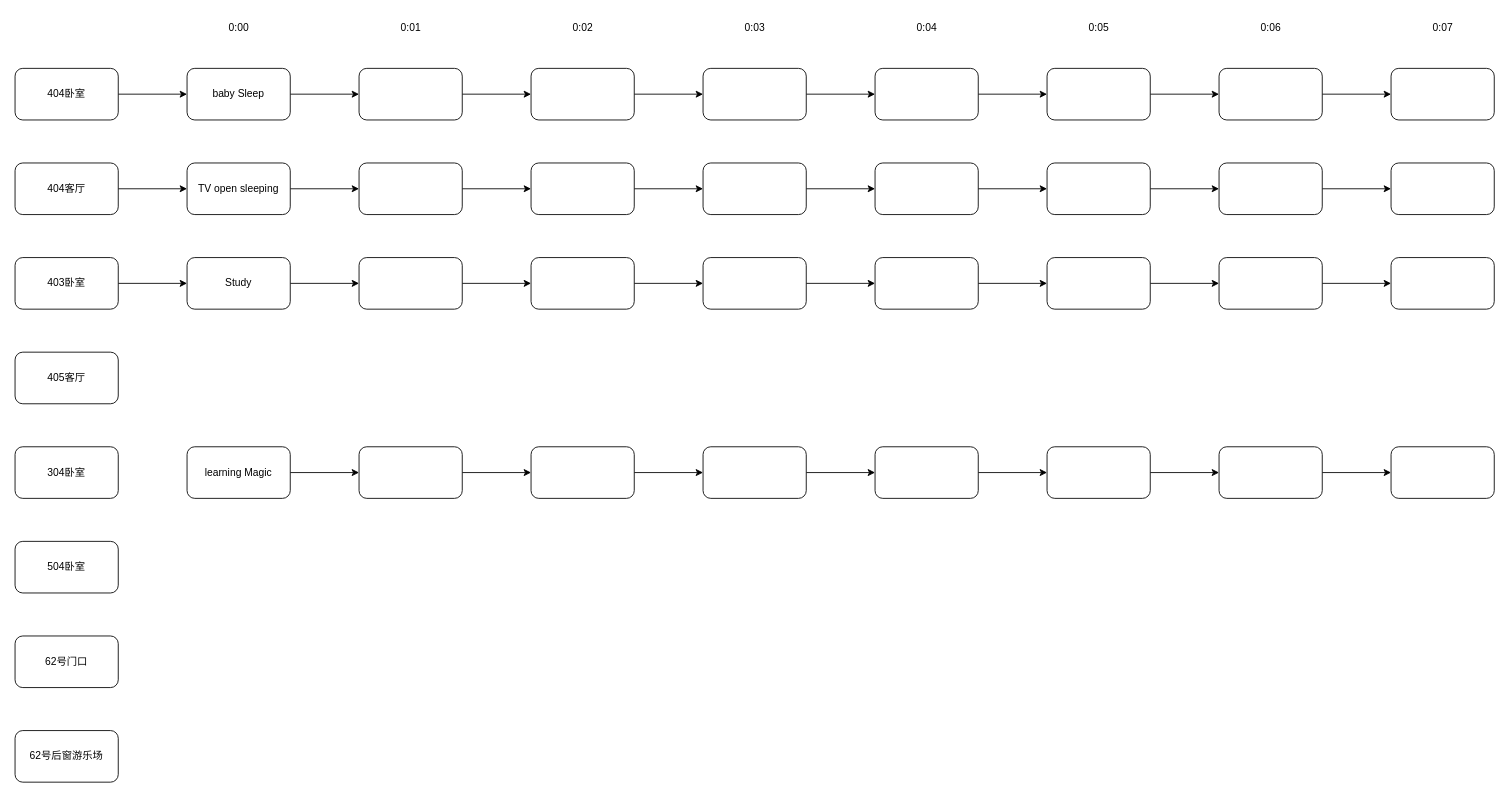
This is drawio/BabyWorkFlow.drawio from guyuyw/casablancan, a draw.io file, before an edit. Source tidied: cells renumbered, new cells numbered last; positions are measured from the earlier drawing's top-left corner, leaving out a move shared by most shapes. Both pictures are drawn from the tidied source at 86%, with x=0, y=0 at pixel (15, 15).
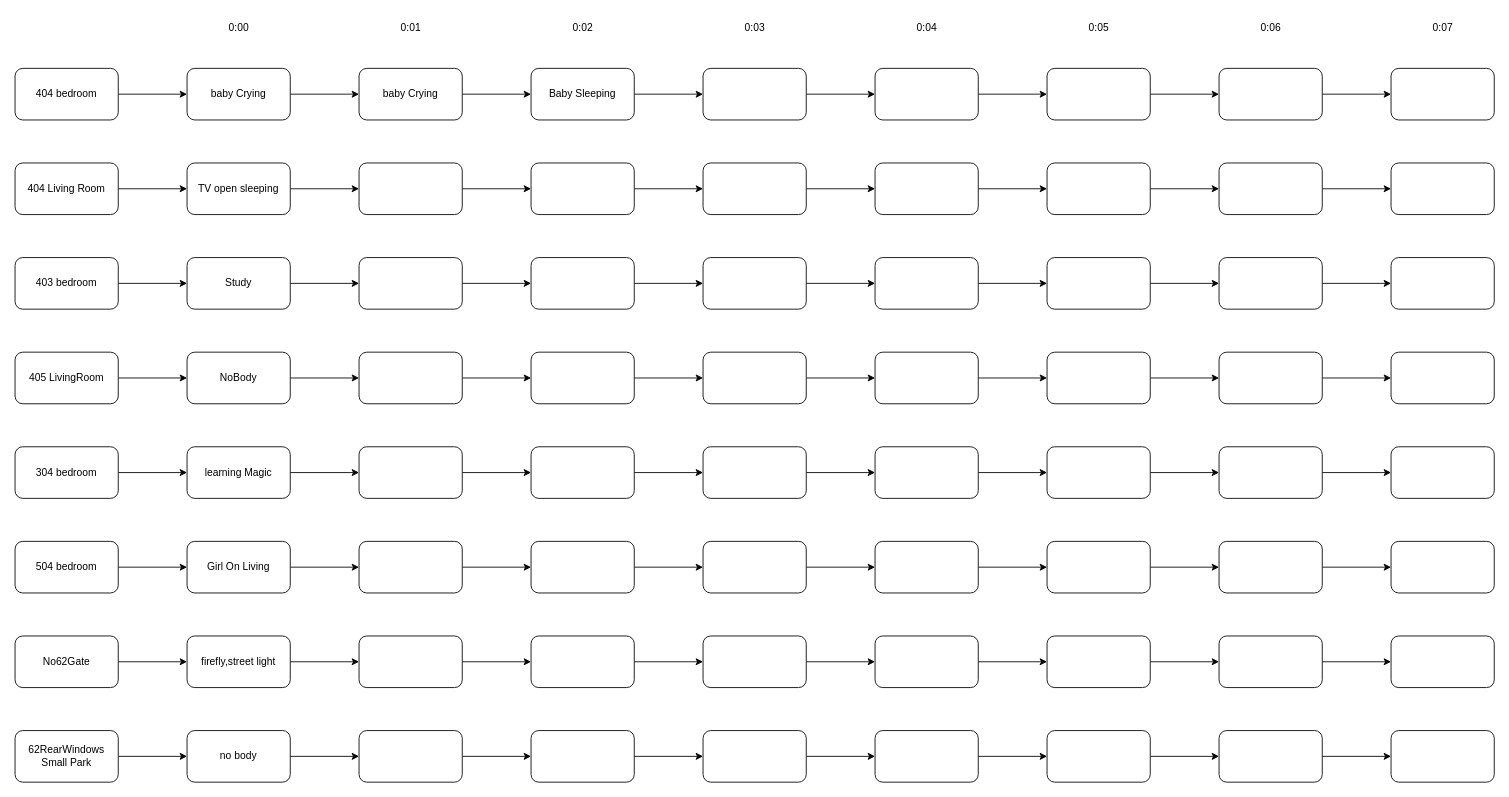
Above is the later version.

Unchanged cells that the change refers to:
```xml
<mxCell id="67" value="learning Magic" style="whiteSpace=wrap;html=1;rounded=1;" parent="1" vertex="1">
  <mxGeometry x="200" y="502" width="120" height="60" as="geometry" />
</mxCell>
```

The edit, as a diff of the source:
```diff
@@
-    <mxCell id="3" value="404卧室" style="rounded=1;whiteSpace=wrap;html=1;" parent="1" vertex="1">
+    <mxCell id="3" value="404 bedroom" style="rounded=1;whiteSpace=wrap;html=1;" parent="1" vertex="1">
       <mxGeometry y="62" width="120" height="60" as="geometry" />
     </mxCell>
+    <mxCell id="81" style="edgeStyle=orthogonalEdgeStyle;rounded=0;jettySize=auto;html=1;" parent="1" edge="1" source="4" target="67">
+      <mxGeometry relative="1" as="geometry" />
+    </mxCell>
-    <mxCell id="4" value="304卧室" style="rounded=1;whiteSpace=wrap;html=1;" parent="1" vertex="1">
+    <mxCell id="4" value="304 bedroom" style="rounded=1;whiteSpace=wrap;html=1;" parent="1" vertex="1">
       <mxGeometry y="502" width="120" height="60" as="geometry" />
     </mxCell>
+    <mxCell id="82" style="edgeStyle=orthogonalEdgeStyle;rounded=0;jettySize=auto;html=1;entryX=0;entryY=0.5;entryDx=0;entryDy=0;" parent="1" edge="1" source="5" target="87">
+      <mxGeometry relative="1" as="geometry" />
+    </mxCell>
-    <mxCell id="5" value="405客厅" style="rounded=1;whiteSpace=wrap;html=1;" parent="1" vertex="1">
+    <mxCell id="5" value="405 LivingRoom" style="rounded=1;whiteSpace=wrap;html=1;" parent="1" vertex="1">
       <mxGeometry y="392" width="120" height="60" as="geometry" />
     </mxCell>
@@
-    <mxCell id="7" value="403卧室" style="rounded=1;whiteSpace=wrap;html=1;" parent="1" vertex="1">
+    <mxCell id="7" value="403 bedroom" style="rounded=1;whiteSpace=wrap;html=1;" parent="1" vertex="1">
       <mxGeometry y="282" width="120" height="60" as="geometry" />
     </mxCell>
@@
-    <mxCell id="9" value="404客厅" style="rounded=1;whiteSpace=wrap;html=1;" parent="1" vertex="1">
+    <mxCell id="9" value="404 Living Room" style="rounded=1;whiteSpace=wrap;html=1;" parent="1" vertex="1">
       <mxGeometry y="172" width="120" height="60" as="geometry" />
     </mxCell>
+    <mxCell id="83" style="edgeStyle=orthogonalEdgeStyle;rounded=0;jettySize=auto;html=1;entryX=0;entryY=0.5;entryDx=0;entryDy=0;" parent="1" edge="1" source="10" target="132">
+      <mxGeometry relative="1" as="geometry" />
+    </mxCell>
-    <mxCell id="10" value="504卧室" style="rounded=1;whiteSpace=wrap;html=1;" parent="1" vertex="1">
+    <mxCell id="10" value="504 bedroom" style="rounded=1;whiteSpace=wrap;html=1;" parent="1" vertex="1">
       <mxGeometry y="612" width="120" height="60" as="geometry" />
     </mxCell>
+    <mxCell id="84" style="edgeStyle=orthogonalEdgeStyle;rounded=0;jettySize=auto;html=1;entryX=0;entryY=0.5;entryDx=0;entryDy=0;" parent="1" edge="1" source="11" target="102">
+      <mxGeometry relative="1" as="geometry" />
+    </mxCell>
-    <mxCell id="11" value="62号门口" style="rounded=1;whiteSpace=wrap;html=1;" parent="1" vertex="1">
+    <mxCell id="11" value="No62Gate" style="rounded=1;whiteSpace=wrap;html=1;" parent="1" vertex="1">
       <mxGeometry y="722" width="120" height="60" as="geometry" />
     </mxCell>
+    <mxCell id="85" style="edgeStyle=orthogonalEdgeStyle;rounded=0;jettySize=auto;html=1;entryX=0;entryY=0.5;entryDx=0;entryDy=0;" parent="1" edge="1" source="12" target="117">
+      <mxGeometry relative="1" as="geometry" />
+    </mxCell>
-    <mxCell id="12" value="62号后窗游乐场" style="rounded=1;whiteSpace=wrap;html=1;" parent="1" vertex="1">
+    <mxCell id="12" value="62RearWindows Small Park" style="rounded=1;whiteSpace=wrap;html=1;" parent="1" vertex="1">
       <mxGeometry y="832" width="120" height="60" as="geometry" />
     </mxCell>
@@
-    <mxCell id="22" value="baby Sleep" style="whiteSpace=wrap;html=1;rounded=1;" parent="1" vertex="1">
+    <mxCell id="22" value="baby Crying" style="whiteSpace=wrap;html=1;rounded=1;" parent="1" vertex="1">
       <mxGeometry x="200" y="62" width="120" height="60" as="geometry" />
     </mxCell>
@@
-    <mxCell id="24" style="html=1;rounded=1;whiteSpace=wrap;" parent="1" vertex="1">
+    <mxCell id="24" value="baby Crying" style="html=1;rounded=1;whiteSpace=wrap;" parent="1" vertex="1">
       <mxGeometry x="400" y="62" width="120" height="60" as="geometry" />
     </mxCell>
@@
-    <mxCell id="26" style="whiteSpace=wrap;html=1;rounded=1;" parent="1" vertex="1">
+    <mxCell id="26" value="Baby Sleeping" style="whiteSpace=wrap;html=1;rounded=1;" parent="1" vertex="1">
       <mxGeometry x="600" y="62" width="120" height="60" as="geometry" />
     </mxCell>
@@
+    <mxCell id="86" style="edgeStyle=orthogonalEdgeStyle;rounded=0;jettySize=auto;html=1;" parent="1" edge="1" source="87" target="89">
+      <mxGeometry relative="1" as="geometry" />
+    </mxCell>
+    <mxCell id="87" value="NoBody" style="whiteSpace=wrap;html=1;rounded=1;" parent="1" vertex="1">
+      <mxGeometry x="200" y="392" width="120" height="60" as="geometry" />
+    </mxCell>
+    <mxCell id="88" style="edgeStyle=orthogonalEdgeStyle;rounded=0;jettySize=auto;html=1;entryX=0;entryY=0.5;entryDx=0;entryDy=0;" parent="1" edge="1" source="89" target="91">
+      <mxGeometry relative="1" as="geometry" />
+    </mxCell>
+    <mxCell id="89" style="whiteSpace=wrap;html=1;rounded=1;" parent="1" vertex="1">
+      <mxGeometry x="400" y="392" width="120" height="60" as="geometry" />
+    </mxCell>
+    <mxCell id="90" style="edgeStyle=orthogonalEdgeStyle;rounded=0;jettySize=auto;html=1;" parent="1" edge="1" source="91" target="93">
+      <mxGeometry relative="1" as="geometry" />
+    </mxCell>
+    <mxCell id="91" style="whiteSpace=wrap;html=1;rounded=1;" parent="1" vertex="1">
+      <mxGeometry x="600" y="392" width="120" height="60" as="geometry" />
+    </mxCell>
+    <mxCell id="92" style="edgeStyle=orthogonalEdgeStyle;rounded=0;jettySize=auto;html=1;" parent="1" edge="1" source="93" target="95">
+      <mxGeometry relative="1" as="geometry" />
+    </mxCell>
+    <mxCell id="93" style="whiteSpace=wrap;html=1;rounded=1;" parent="1" vertex="1">
+      <mxGeometry x="800" y="392" width="120" height="60" as="geometry" />
+    </mxCell>
+    <mxCell id="94" style="edgeStyle=orthogonalEdgeStyle;rounded=0;jettySize=auto;html=1;" parent="1" edge="1" source="95" target="97">
+      <mxGeometry relative="1" as="geometry" />
+    </mxCell>
+    <mxCell id="95" style="whiteSpace=wrap;html=1;rounded=1;" parent="1" vertex="1">
+      <mxGeometry x="1000" y="392" width="120" height="60" as="geometry" />
+    </mxCell>
+    <mxCell id="96" style="edgeStyle=orthogonalEdgeStyle;rounded=0;jettySize=auto;html=1;" parent="1" edge="1" source="97" target="99">
+      <mxGeometry relative="1" as="geometry" />
+    </mxCell>
+    <mxCell id="97" style="whiteSpace=wrap;html=1;rounded=1;" parent="1" vertex="1">
+      <mxGeometry x="1200" y="392" width="120" height="60" as="geometry" />
+    </mxCell>
+    <mxCell id="98" style="edgeStyle=orthogonalEdgeStyle;rounded=0;jettySize=auto;html=1;" parent="1" edge="1" source="99" target="100">
+      <mxGeometry relative="1" as="geometry" />
+    </mxCell>
+    <mxCell id="99" style="whiteSpace=wrap;html=1;rounded=1;" parent="1" vertex="1">
+      <mxGeometry x="1400" y="392" width="120" height="60" as="geometry" />
+    </mxCell>
+    <mxCell id="100" style="whiteSpace=wrap;html=1;rounded=1;" parent="1" vertex="1">
+      <mxGeometry x="1600" y="392" width="120" height="60" as="geometry" />
+    </mxCell>
+    <mxCell id="101" style="edgeStyle=orthogonalEdgeStyle;rounded=0;jettySize=auto;html=1;" parent="1" edge="1" source="102" target="104">
+      <mxGeometry relative="1" as="geometry" />
+    </mxCell>
+    <mxCell id="102" value="firefly,street light" style="whiteSpace=wrap;html=1;rounded=1;" parent="1" vertex="1">
+      <mxGeometry x="200" y="722" width="120" height="60" as="geometry" />
+    </mxCell>
+    <mxCell id="103" style="edgeStyle=orthogonalEdgeStyle;rounded=0;jettySize=auto;html=1;entryX=0;entryY=0.5;entryDx=0;entryDy=0;" parent="1" edge="1" source="104" target="106">
+      <mxGeometry relative="1" as="geometry" />
+    </mxCell>
+    <mxCell id="104" style="whiteSpace=wrap;html=1;rounded=1;" parent="1" vertex="1">
+      <mxGeometry x="400" y="722" width="120" height="60" as="geometry" />
+    </mxCell>
+    <mxCell id="105" style="edgeStyle=orthogonalEdgeStyle;rounded=0;jettySize=auto;html=1;" parent="1" edge="1" source="106" target="108">
+      <mxGeometry relative="1" as="geometry" />
+    </mxCell>
+    <mxCell id="106" style="whiteSpace=wrap;html=1;rounded=1;" parent="1" vertex="1">
+      <mxGeometry x="600" y="722" width="120" height="60" as="geometry" />
+    </mxCell>
+    <mxCell id="107" style="edgeStyle=orthogonalEdgeStyle;rounded=0;jettySize=auto;html=1;" parent="1" edge="1" source="108" target="110">
+      <mxGeometry relative="1" as="geometry" />
+    </mxCell>
+    <mxCell id="108" style="whiteSpace=wrap;html=1;rounded=1;" parent="1" vertex="1">
+      <mxGeometry x="800" y="722" width="120" height="60" as="geometry" />
+    </mxCell>
+    <mxCell id="109" style="edgeStyle=orthogonalEdgeStyle;rounded=0;jettySize=auto;html=1;" parent="1" edge="1" source="110" target="112">
+      <mxGeometry relative="1" as="geometry" />
+    </mxCell>
+    <mxCell id="110" style="whiteSpace=wrap;html=1;rounded=1;" parent="1" vertex="1">
+      <mxGeometry x="1000" y="722" width="120" height="60" as="geometry" />
+    </mxCell>
+    <mxCell id="111" style="edgeStyle=orthogonalEdgeStyle;rounded=0;jettySize=auto;html=1;" parent="1" edge="1" source="112" target="114">
+      <mxGeometry relative="1" as="geometry" />
+    </mxCell>
+    <mxCell id="112" style="whiteSpace=wrap;html=1;rounded=1;" parent="1" vertex="1">
+      <mxGeometry x="1200" y="722" width="120" height="60" as="geometry" />
+    </mxCell>
+    <mxCell id="113" style="edgeStyle=orthogonalEdgeStyle;rounded=0;jettySize=auto;html=1;" parent="1" edge="1" source="114" target="115">
+      <mxGeometry relative="1" as="geometry" />
+    </mxCell>
+    <mxCell id="114" style="whiteSpace=wrap;html=1;rounded=1;" parent="1" vertex="1">
+      <mxGeometry x="1400" y="722" width="120" height="60" as="geometry" />
+    </mxCell>
+    <mxCell id="115" style="whiteSpace=wrap;html=1;rounded=1;" parent="1" vertex="1">
+      <mxGeometry x="1600" y="722" width="120" height="60" as="geometry" />
+    </mxCell>
+    <mxCell id="116" style="edgeStyle=orthogonalEdgeStyle;rounded=0;jettySize=auto;html=1;" parent="1" edge="1" source="117" target="119">
+      <mxGeometry relative="1" as="geometry" />
+    </mxCell>
+    <mxCell id="117" value="no body" style="whiteSpace=wrap;html=1;rounded=1;" parent="1" vertex="1">
+      <mxGeometry x="200" y="832" width="120" height="60" as="geometry" />
+    </mxCell>
+    <mxCell id="118" style="edgeStyle=orthogonalEdgeStyle;rounded=0;jettySize=auto;html=1;entryX=0;entryY=0.5;entryDx=0;entryDy=0;" parent="1" edge="1" source="119" target="121">
+      <mxGeometry relative="1" as="geometry" />
+    </mxCell>
+    <mxCell id="119" style="whiteSpace=wrap;html=1;rounded=1;" parent="1" vertex="1">
+      <mxGeometry x="400" y="832" width="120" height="60" as="geometry" />
+    </mxCell>
+    <mxCell id="120" style="edgeStyle=orthogonalEdgeStyle;rounded=0;jettySize=auto;html=1;" parent="1" edge="1" source="121" target="123">
+      <mxGeometry relative="1" as="geometry" />
+    </mxCell>
+    <mxCell id="121" style="whiteSpace=wrap;html=1;rounded=1;" parent="1" vertex="1">
+      <mxGeometry x="600" y="832" width="120" height="60" as="geometry" />
+    </mxCell>
+    <mxCell id="122" style="edgeStyle=orthogonalEdgeStyle;rounded=0;jettySize=auto;html=1;" parent="1" edge="1" source="123" target="125">
+      <mxGeometry relative="1" as="geometry" />
+    </mxCell>
+    <mxCell id="123" style="whiteSpace=wrap;html=1;rounded=1;" parent="1" vertex="1">
+      <mxGeometry x="800" y="832" width="120" height="60" as="geometry" />
+    </mxCell>
+    <mxCell id="124" style="edgeStyle=orthogonalEdgeStyle;rounded=0;jettySize=auto;html=1;" parent="1" edge="1" source="125" target="127">
+      <mxGeometry relative="1" as="geometry" />
+    </mxCell>
+    <mxCell id="125" style="whiteSpace=wrap;html=1;rounded=1;" parent="1" vertex="1">
+      <mxGeometry x="1000" y="832" width="120" height="60" as="geometry" />
+    </mxCell>
+    <mxCell id="126" style="edgeStyle=orthogonalEdgeStyle;rounded=0;jettySize=auto;html=1;" parent="1" edge="1" source="127" target="129">
+      <mxGeometry relative="1" as="geometry" />
+    </mxCell>
+    <mxCell id="127" style="whiteSpace=wrap;html=1;rounded=1;" parent="1" vertex="1">
+      <mxGeometry x="1200" y="832" width="120" height="60" as="geometry" />
+    </mxCell>
+    <mxCell id="128" style="edgeStyle=orthogonalEdgeStyle;rounded=0;jettySize=auto;html=1;" parent="1" edge="1" source="129" target="130">
+      <mxGeometry relative="1" as="geometry" />
+    </mxCell>
+    <mxCell id="129" style="whiteSpace=wrap;html=1;rounded=1;" parent="1" vertex="1">
+      <mxGeometry x="1400" y="832" width="120" height="60" as="geometry" />
+    </mxCell>
+    <mxCell id="130" style="whiteSpace=wrap;html=1;rounded=1;" parent="1" vertex="1">
+      <mxGeometry x="1600" y="832" width="120" height="60" as="geometry" />
+    </mxCell>
+    <mxCell id="131" style="edgeStyle=orthogonalEdgeStyle;rounded=0;jettySize=auto;html=1;" parent="1" edge="1" source="132" target="134">
+      <mxGeometry relative="1" as="geometry" />
+    </mxCell>
+    <mxCell id="132" value="Girl On Living" style="whiteSpace=wrap;html=1;rounded=1;" parent="1" vertex="1">
+      <mxGeometry x="200" y="612" width="120" height="60" as="geometry" />
+    </mxCell>
+    <mxCell id="133" style="edgeStyle=orthogonalEdgeStyle;rounded=0;jettySize=auto;html=1;entryX=0;entryY=0.5;entryDx=0;entryDy=0;" parent="1" edge="1" source="134" target="136">
+      <mxGeometry relative="1" as="geometry" />
+    </mxCell>
+    <mxCell id="134" style="whiteSpace=wrap;html=1;rounded=1;" parent="1" vertex="1">
+      <mxGeometry x="400" y="612" width="120" height="60" as="geometry" />
+    </mxCell>
+    <mxCell id="135" style="edgeStyle=orthogonalEdgeStyle;rounded=0;jettySize=auto;html=1;" parent="1" edge="1" source="136" target="138">
+      <mxGeometry relative="1" as="geometry" />
+    </mxCell>
+    <mxCell id="136" style="whiteSpace=wrap;html=1;rounded=1;" parent="1" vertex="1">
+      <mxGeometry x="600" y="612" width="120" height="60" as="geometry" />
+    </mxCell>
+    <mxCell id="137" style="edgeStyle=orthogonalEdgeStyle;rounded=0;jettySize=auto;html=1;" parent="1" edge="1" source="138" target="140">
+      <mxGeometry relative="1" as="geometry" />
+    </mxCell>
+    <mxCell id="138" style="whiteSpace=wrap;html=1;rounded=1;" parent="1" vertex="1">
+      <mxGeometry x="800" y="612" width="120" height="60" as="geometry" />
+    </mxCell>
+    <mxCell id="139" style="edgeStyle=orthogonalEdgeStyle;rounded=0;jettySize=auto;html=1;" parent="1" edge="1" source="140" target="142">
+      <mxGeometry relative="1" as="geometry" />
+    </mxCell>
+    <mxCell id="140" style="whiteSpace=wrap;html=1;rounded=1;" parent="1" vertex="1">
+      <mxGeometry x="1000" y="612" width="120" height="60" as="geometry" />
+    </mxCell>
+    <mxCell id="141" style="edgeStyle=orthogonalEdgeStyle;rounded=0;jettySize=auto;html=1;" parent="1" edge="1" source="142" target="144">
+      <mxGeometry relative="1" as="geometry" />
+    </mxCell>
+    <mxCell id="142" style="whiteSpace=wrap;html=1;rounded=1;" parent="1" vertex="1">
+      <mxGeometry x="1200" y="612" width="120" height="60" as="geometry" />
+    </mxCell>
+    <mxCell id="143" style="edgeStyle=orthogonalEdgeStyle;rounded=0;jettySize=auto;html=1;" parent="1" edge="1" source="144" target="145">
+      <mxGeometry relative="1" as="geometry" />
+    </mxCell>
+    <mxCell id="144" style="whiteSpace=wrap;html=1;rounded=1;" parent="1" vertex="1">
+      <mxGeometry x="1400" y="612" width="120" height="60" as="geometry" />
+    </mxCell>
+    <mxCell id="145" style="whiteSpace=wrap;html=1;rounded=1;" parent="1" vertex="1">
+      <mxGeometry x="1600" y="612" width="120" height="60" as="geometry" />
+    </mxCell>
```
